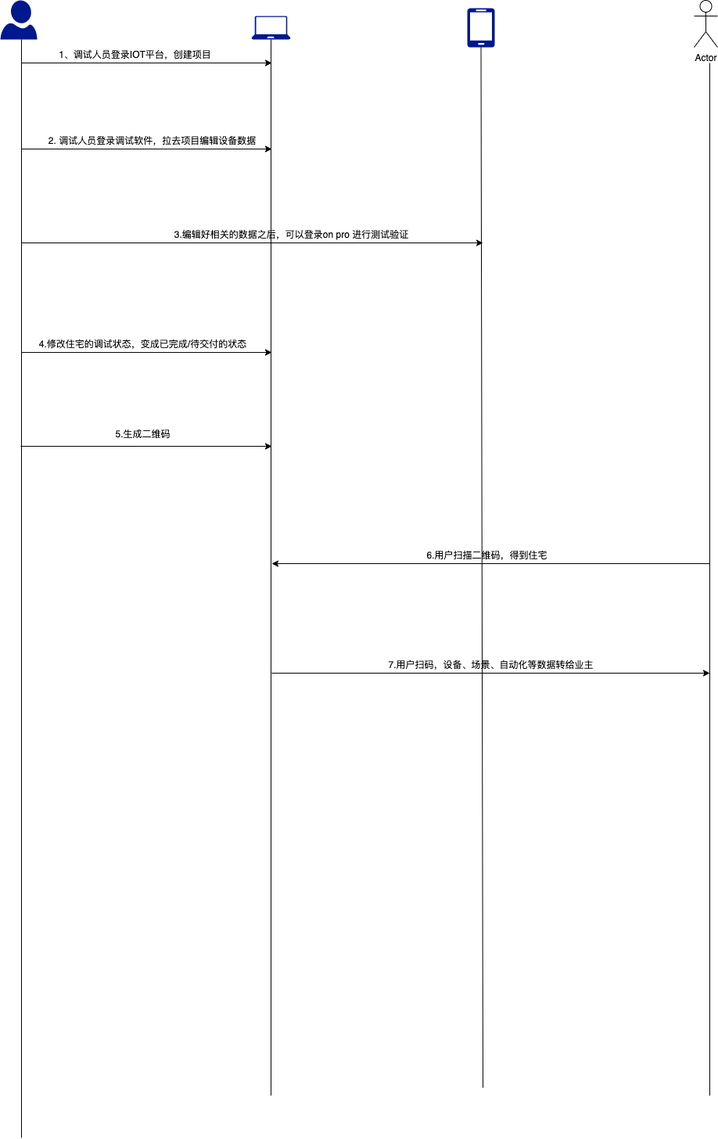
This is 住宅交付流程图.png from tytler98/tytler, a draw.io export, as it was before one commit. Source tidied: cells renumbered, new cells last; positions are measured from the earlier drawing's top-left corner, leaving out a move shared by most shapes.
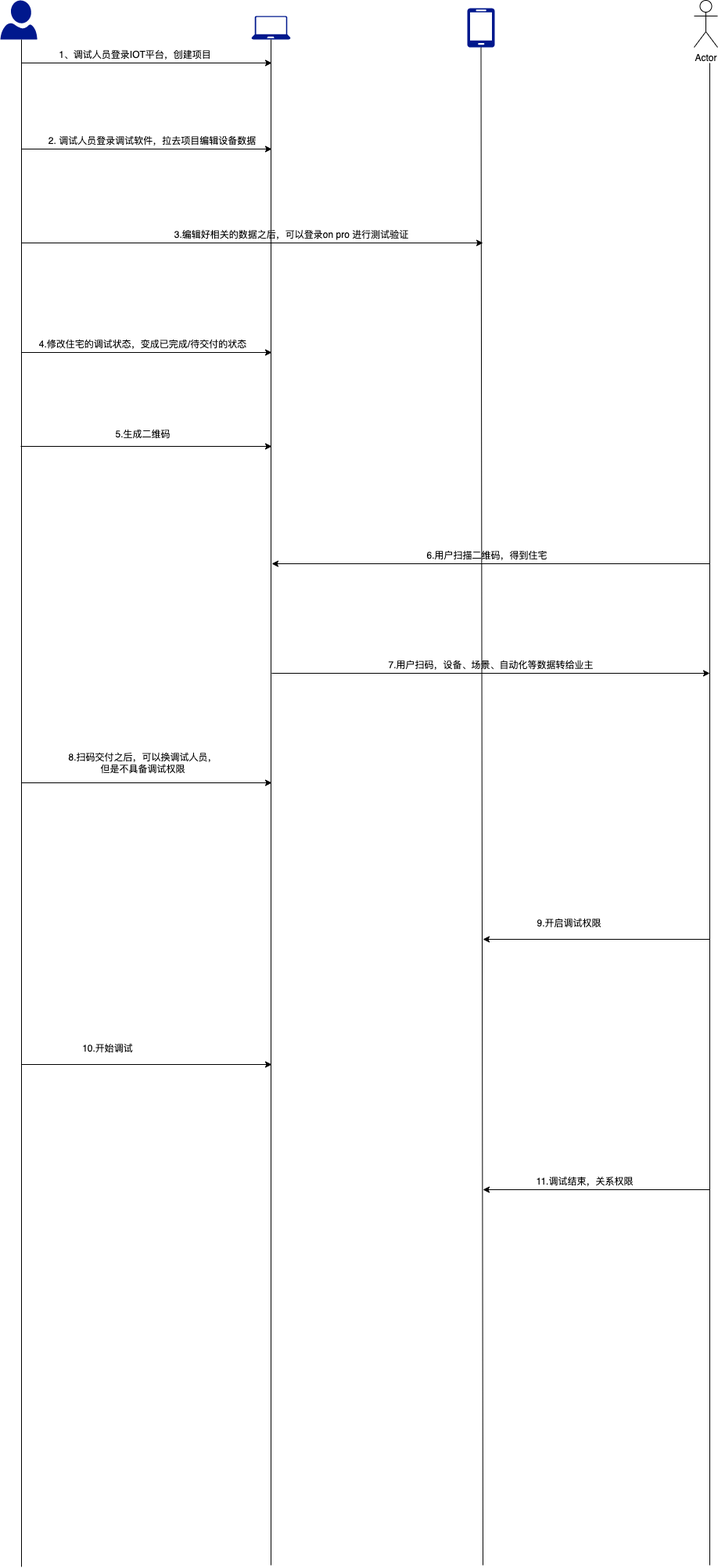
The same diagram one commit later.

Commit message:
Update 住宅交付流程图.png

Diff of the diagram source:
```diff
@@ -22,12 +22,12 @@
     </mxCell>
     <mxCell id="7" style="endArrow=none;html=1;rounded=0;entryX=0.5;entryY=1;entryDx=0;entryDy=0;entryPerimeter=0;" parent="1" edge="1" target="2">
       <mxGeometry relative="1" as="geometry">
-        <mxPoint x="346" y="1400" as="sourcePoint" />
+        <mxPoint x="346" y="2000" as="sourcePoint" />
       </mxGeometry>
     </mxCell>
     <mxCell id="8" style="endArrow=none;html=1;rounded=0;" parent="1" edge="1">
       <mxGeometry relative="1" as="geometry">
-        <mxPoint x="27" y="1454" as="sourcePoint" />
+        <mxPoint x="27" y="2002" as="sourcePoint" />
         <mxPoint x="27" y="50" as="targetPoint" />
       </mxGeometry>
     </mxCell>
@@ -42,7 +42,7 @@
     </mxCell>
     <mxCell id="11" style="endArrow=none;html=1;rounded=0;entryX=0.5;entryY=1;entryDx=0;entryDy=0;entryPerimeter=0;" parent="1" edge="1" target="6">
       <mxGeometry relative="1" as="geometry">
-        <mxPoint x="617" y="1390" as="sourcePoint" />
+        <mxPoint x="617" y="2000" as="sourcePoint" />
       </mxGeometry>
     </mxCell>
     <mxCell id="12" style="endArrow=classic;html=1;rounded=0;" parent="1" edge="1">
@@ -59,7 +59,7 @@
     </mxCell>
     <mxCell id="15" style="endArrow=none;html=1;rounded=0;" parent="1" edge="1">
       <mxGeometry relative="1" as="geometry">
-        <mxPoint x="907" y="1400" as="sourcePoint" />
+        <mxPoint x="907" y="2000" as="sourcePoint" />
         <mxPoint x="907" y="80" as="targetPoint" />
       </mxGeometry>
     </mxCell>
@@ -99,5 +99,41 @@
     <mxCell id="23" value="7.用户扫码，设备、场景、自动化等数据转给业主" style="text;html=1;align=center;verticalAlign=middle;strokeColor=none;fillColor=none;" parent="1" vertex="1">
       <mxGeometry x="487" y="840" width="280" height="20" as="geometry" />
     </mxCell>
+    <mxCell id="24" style="endArrow=classic;html=1;rounded=0;" parent="1" edge="1">
+      <mxGeometry relative="1" as="geometry">
+        <mxPoint x="27" y="1000" as="sourcePoint" />
+        <mxPoint x="347" y="1000" as="targetPoint" />
+      </mxGeometry>
+    </mxCell>
+    <mxCell id="25" value="8.扫码交付之后，可以换调试人员，&lt;br&gt;但是不具备调试权限" style="text;html=1;align=center;verticalAlign=middle;strokeColor=none;fillColor=none;" parent="1" vertex="1">
+      <mxGeometry x="77" y="960" width="210" height="30" as="geometry" />
+    </mxCell>
+    <mxCell id="26" style="endArrow=classic;html=1;rounded=0;" parent="1" edge="1">
+      <mxGeometry relative="1" as="geometry">
+        <mxPoint x="907" y="1200" as="sourcePoint" />
+        <mxPoint x="617" y="1200" as="targetPoint" />
+      </mxGeometry>
+    </mxCell>
+    <mxCell id="27" value="9.开启调试权限" style="text;html=1;align=center;verticalAlign=middle;strokeColor=none;fillColor=none;" parent="1" vertex="1">
+      <mxGeometry x="677" y="1170" width="100" height="20" as="geometry" />
+    </mxCell>
+    <mxCell id="28" style="endArrow=classic;html=1;rounded=0;" parent="1" edge="1">
+      <mxGeometry relative="1" as="geometry">
+        <mxPoint x="27" y="1360" as="sourcePoint" />
+        <mxPoint x="347" y="1360" as="targetPoint" />
+      </mxGeometry>
+    </mxCell>
+    <mxCell id="29" value="10.开始调试" style="text;html=1;align=center;verticalAlign=middle;strokeColor=none;fillColor=none;" parent="1" vertex="1">
+      <mxGeometry x="97" y="1330" width="80" height="20" as="geometry" />
+    </mxCell>
+    <mxCell id="30" style="endArrow=classic;html=1;rounded=0;" parent="1" edge="1">
+      <mxGeometry relative="1" as="geometry">
+        <mxPoint x="907" y="1520" as="sourcePoint" />
+        <mxPoint x="617" y="1520" as="targetPoint" />
+      </mxGeometry>
+    </mxCell>
+    <mxCell id="31" value="11.调试结束，关系权限" style="text;html=1;align=center;verticalAlign=middle;strokeColor=none;fillColor=none;" parent="1" vertex="1">
+      <mxGeometry x="677" y="1500" width="140" height="20" as="geometry" />
+    </mxCell>
   </root>
 </mxGraphModel>
```
